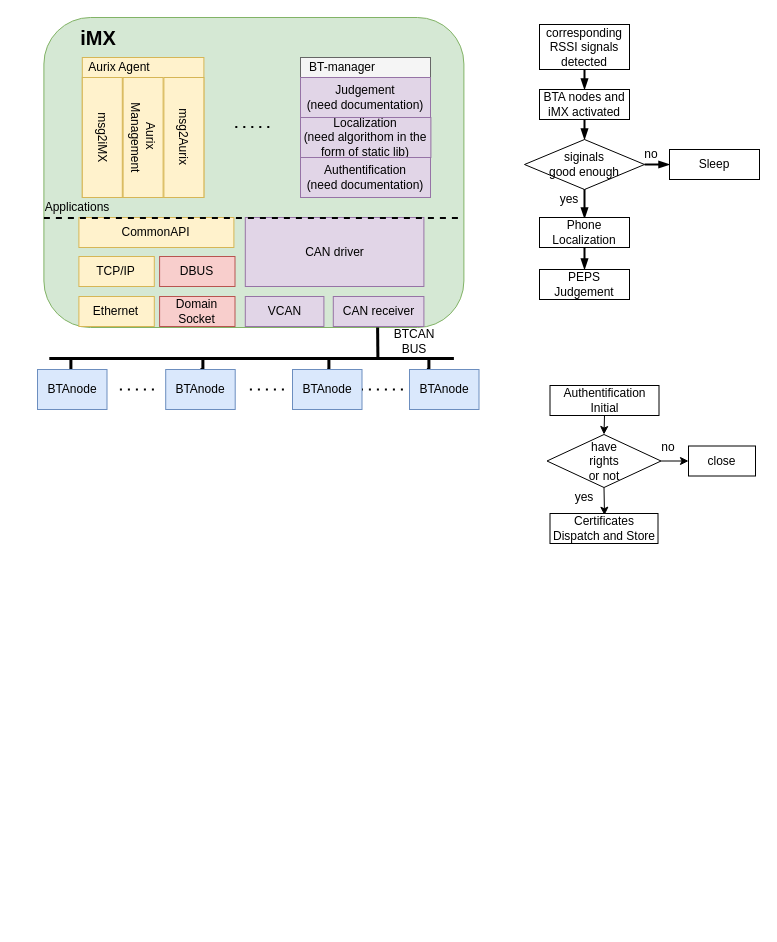
Earlier version of the draw.io diagram BT-manager.drawio (YukioZzz/Notebook). Source tidied: cells renumbered, new cells numbered last; positions are measured from the earlier drawing's top-left corner, leaving out a move shared by most shapes. Both pictures are drawn from the tidied source at 100%, with x=0, y=0 at pixel (37, 17).
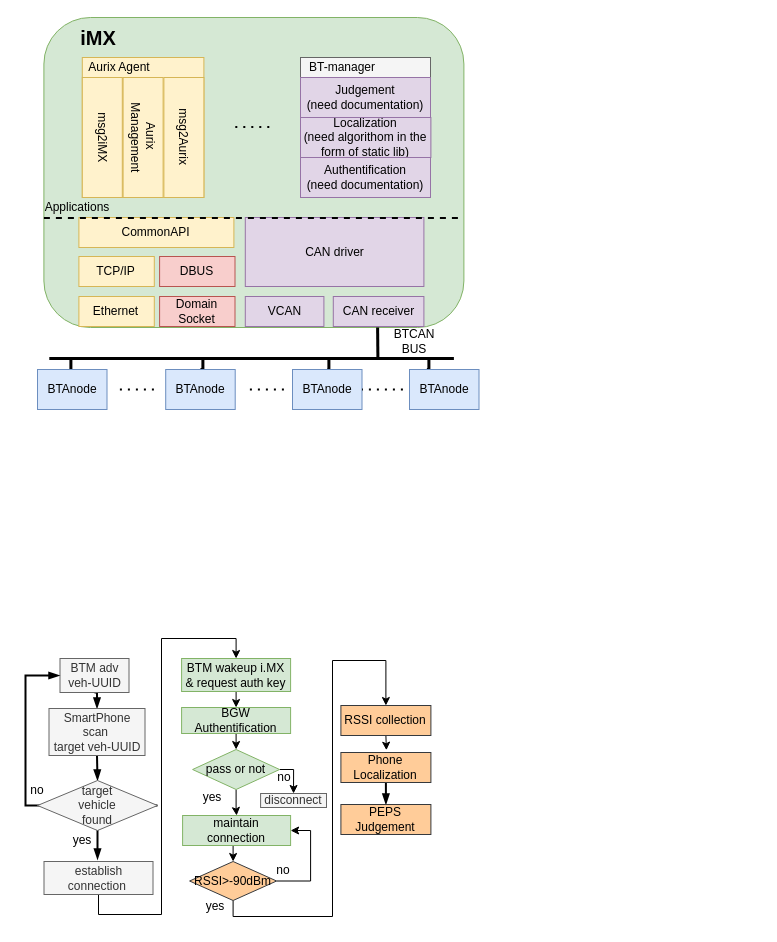
Above is the later version.

The edit, as a diff of the source:
```diff
@@
-    <mxCell id="40" value="corresponding RSSI signals detected" style="rounded=0;whiteSpace=wrap;html=1;gradientColor=none;fontColor=none;" parent="1" vertex="1">
-      <mxGeometry x="502" y="7" width="90" height="45" as="geometry" />
+    <mxCell id="40" value="BTM adv veh-UUID" style="rounded=0;whiteSpace=wrap;html=1;fontColor=#333333;fillColor=#f5f5f5;strokeColor=#666666;" parent="1" vertex="1">
+      <mxGeometry x="22.5" y="641" width="69" height="34" as="geometry" />
     </mxCell>
     <mxCell id="41" style="edgeStyle=orthogonalEdgeStyle;rounded=0;jettySize=auto;html=1;exitX=0.5;exitY=1;exitDx=0;exitDy=0;entryX=0.5;entryY=0;entryDx=0;entryDy=0;endArrow=blockThin;endFill=1;strokeWidth=2;fontColor=none;" parent="1" edge="1" source="42">
       <mxGeometry relative="1" as="geometry">
-        <mxPoint x="547" y="122" as="targetPoint" />
+        <mxPoint x="60" y="763" as="targetPoint" />
       </mxGeometry>
     </mxCell>
-    <mxCell id="42" value="BTA nodes and iMX activated" style="rounded=0;whiteSpace=wrap;html=1;gradientColor=none;fontColor=none;" parent="1" vertex="1">
-      <mxGeometry x="502" y="72" width="90" height="30" as="geometry" />
+    <mxCell id="42" value="SmartPhone scan&amp;nbsp;&lt;br&gt;target veh-UUID" style="rounded=0;whiteSpace=wrap;html=1;fontColor=#333333;fillColor=#f5f5f5;strokeColor=#666666;" parent="1" vertex="1">
+      <mxGeometry x="11.5" y="691" width="96" height="47" as="geometry" />
     </mxCell>
     <mxCell id="43" style="edgeStyle=orthogonalEdgeStyle;rounded=0;orthogonalLoop=1;jettySize=auto;html=1;exitX=0.5;exitY=1;exitDx=0;exitDy=0;entryX=0.5;entryY=0;entryDx=0;entryDy=0;endArrow=blockThin;endFill=1;strokeWidth=2;fontColor=none;" parent="1" edge="1">
       <mxGeometry relative="1" as="geometry">
-        <mxPoint x="547" y="152" as="sourcePoint" />
-        <mxPoint x="547" y="201" as="targetPoint" />
+        <mxPoint x="60" y="793" as="sourcePoint" />
+        <mxPoint x="60" y="842" as="targetPoint" />
       </mxGeometry>
     </mxCell>
@@
-    <mxCell id="45" value="Phone Localization" style="rounded=0;whiteSpace=wrap;html=1;gradientColor=none;fontColor=none;" parent="1" vertex="1">
-      <mxGeometry x="502" y="200" width="90" height="30" as="geometry" />
+    <mxCell id="45" value="Phone Localization" style="rounded=0;whiteSpace=wrap;html=1;fillColor=#ffcc99;strokeColor=#36393d;" parent="1" vertex="1">
+      <mxGeometry x="303.4" y="735" width="90" height="30" as="geometry" />
     </mxCell>
-    <mxCell id="46" value="PEPS Judgement" style="rounded=0;whiteSpace=wrap;html=1;gradientColor=none;fontColor=none;" parent="1" vertex="1">
-      <mxGeometry x="502" y="252" width="90" height="30" as="geometry" />
+    <mxCell id="46" value="PEPS Judgement" style="rounded=0;whiteSpace=wrap;html=1;fillColor=#ffcc99;strokeColor=#36393d;" parent="1" vertex="1">
+      <mxGeometry x="303.4" y="787" width="90" height="30" as="geometry" />
     </mxCell>
-    <mxCell id="47" style="edgeStyle=orthogonalEdgeStyle;rounded=0;jettySize=auto;html=1;exitX=1;exitY=0.5;exitDx=0;exitDy=0;exitPerimeter=0;entryX=0;entryY=0.5;entryDx=0;entryDy=0;endArrow=blockThin;endFill=1;strokeWidth=2;fontColor=none;" parent="1" edge="1" source="48" target="50">
-      <mxGeometry relative="1" as="geometry" />
+    <mxCell id="47" style="edgeStyle=orthogonalEdgeStyle;rounded=0;jettySize=auto;html=1;exitX=1;exitY=0.5;exitDx=0;exitDy=0;exitPerimeter=0;endArrow=blockThin;endFill=1;strokeWidth=2;fontColor=none;" parent="1" edge="1" source="48">
+      <mxGeometry relative="1" as="geometry">
+        <mxPoint x="22" y="658" as="targetPoint" />
+        <Array as="points">
+          <mxPoint x="-12" y="788" />
+          <mxPoint x="-12" y="658" />
+        </Array>
+      </mxGeometry>
     </mxCell>
-    <mxCell id="48" value="siginals&lt;br&gt;good enough" style="strokeWidth=1;html=1;shape=mxgraph.flowchart.decision;whiteSpace=wrap;rounded=0;gradientColor=none;fontColor=none;" parent="1" vertex="1">
-      <mxGeometry x="487" y="122" width="120" height="50" as="geometry" />
+    <mxCell id="48" value="target&lt;br&gt;vehicle&lt;br&gt;found" style="strokeWidth=1;html=1;shape=mxgraph.flowchart.decision;whiteSpace=wrap;rounded=0;fontColor=#333333;fillColor=#f5f5f5;strokeColor=#666666;" parent="1" vertex="1">
+      <mxGeometry y="763" width="120" height="50" as="geometry" />
     </mxCell>
     <mxCell id="49" value="yes" style="text;html=1;strokeColor=none;fillColor=none;align=center;verticalAlign=middle;whiteSpace=wrap;rounded=0;fontColor=none;" parent="1" vertex="1">
-      <mxGeometry x="512" y="172" width="40" height="20" as="geometry" />
+      <mxGeometry x="25" y="813" width="40" height="20" as="geometry" />
     </mxCell>
-    <mxCell id="50" value="Sleep" style="rounded=0;whiteSpace=wrap;html=1;gradientColor=none;fontColor=none;" parent="1" vertex="1">
-      <mxGeometry x="632" y="132" width="90" height="30" as="geometry" />
-    </mxCell>
     <mxCell id="51" value="no" style="text;html=1;strokeColor=none;fillColor=none;align=center;verticalAlign=middle;whiteSpace=wrap;rounded=0;fontColor=none;" parent="1" vertex="1">
-      <mxGeometry x="594" y="127" width="40" height="20" as="geometry" />
+      <mxGeometry x="-19.6" y="763" width="40" height="20" as="geometry" />
     </mxCell>
-    <mxCell id="52" value="close" style="rounded=0;whiteSpace=wrap;html=1;gradientColor=none;fontColor=none;" parent="1" vertex="1">
-      <mxGeometry x="651" y="428.5" width="67" height="30" as="geometry" />
+    <mxCell id="52" value="disconnect" style="rounded=0;whiteSpace=wrap;html=1;fontColor=#333333;fillColor=#f5f5f5;strokeColor=#666666;" parent="1" vertex="1">
+      <mxGeometry x="223.1" y="776" width="65.9" height="14" as="geometry" />
     </mxCell>
@@
-    <mxCell id="54" value="Authentification Initial" style="rounded=0;whiteSpace=wrap;html=1;gradientColor=none;fontColor=none;" parent="1" vertex="1">
-      <mxGeometry x="512.5" y="368" width="109" height="30" as="geometry" />
+    <mxCell id="54" value="BGW Authentification" style="rounded=0;whiteSpace=wrap;html=1;fillColor=#d5e8d4;strokeColor=#82b366;" parent="1" vertex="1">
+      <mxGeometry x="144.1" y="690" width="109" height="26" as="geometry" />
     </mxCell>
-    <mxCell id="55" style="edgeStyle=orthogonalEdgeStyle;rounded=0;jettySize=auto;html=1;exitX=0.5;exitY=1;exitDx=0;exitDy=0;" parent="1" edge="1" source="57">
-      <mxGeometry relative="1" as="geometry">
-        <mxPoint x="567" y="497.7" as="targetPoint" />
-      </mxGeometry>
+    <mxCell id="55" style="edgeStyle=orthogonalEdgeStyle;rounded=0;jettySize=auto;html=1;exitX=0.5;exitY=1;exitDx=0;exitDy=0;" parent="1" edge="1" source="57" target="58">
+      <mxGeometry relative="1" as="geometry" />
     </mxCell>
-    <mxCell id="56" style="edgeStyle=orthogonalEdgeStyle;rounded=0;jettySize=auto;html=1;exitX=1;exitY=0.5;exitDx=0;exitDy=0;entryX=0;entryY=0.5;entryDx=0;entryDy=0;" parent="1" edge="1" source="57" target="52">
-      <mxGeometry relative="1" as="geometry" />
+    <mxCell id="56" style="edgeStyle=orthogonalEdgeStyle;rounded=0;jettySize=auto;html=1;entryX=0.5;entryY=0;entryDx=0;entryDy=0;" parent="1" edge="1" source="57" target="52">
+      <mxGeometry relative="1" as="geometry">
+        <Array as="points">
+          <mxPoint x="256" y="752" />
+        </Array>
+      </mxGeometry>
     </mxCell>
-    <mxCell id="57" value="have&lt;br&gt;rights&lt;br&gt;or not" style="rhombus;whiteSpace=wrap;html=1;" parent="1" vertex="1">
-      <mxGeometry x="509.5" y="417" width="114" height="53" as="geometry" />
+    <mxCell id="57" value="pass or not" style="rhombus;whiteSpace=wrap;html=1;fillColor=#d5e8d4;strokeColor=#82b366;" parent="1" vertex="1">
+      <mxGeometry x="155.1" y="732" width="87" height="40" as="geometry" />
     </mxCell>
+    <mxCell id="61" style="edgeStyle=orthogonalEdgeStyle;rounded=0;jettySize=auto;html=1;exitX=0.5;exitY=1;exitDx=0;exitDy=0;entryX=0.5;entryY=0;entryDx=0;entryDy=0;" parent="1" edge="1" source="58" target="66">
+      <mxGeometry relative="1" as="geometry" />
+    </mxCell>
-    <mxCell id="58" value="Certificates Dispatch and Store" style="rounded=0;whiteSpace=wrap;html=1;gradientColor=none;fontColor=none;" parent="1" vertex="1">
-      <mxGeometry x="512.5" y="496" width="108" height="30" as="geometry" />
+    <mxCell id="58" value="maintain connection " style="rounded=0;whiteSpace=wrap;html=1;fillColor=#d5e8d4;strokeColor=#82b366;" parent="1" vertex="1">
+      <mxGeometry x="145.1" y="798" width="108" height="30" as="geometry" />
     </mxCell>
     <mxCell id="59" value="no" style="text;html=1;strokeColor=none;fillColor=none;align=center;verticalAlign=middle;whiteSpace=wrap;rounded=0;" parent="1" vertex="1">
-      <mxGeometry x="611" y="420" width="40" height="20" as="geometry" />
+      <mxGeometry x="227.1" y="750" width="40" height="20" as="geometry" />
     </mxCell>
     <mxCell id="60" value="yes" style="text;html=1;strokeColor=none;fillColor=none;align=center;verticalAlign=middle;whiteSpace=wrap;rounded=0;" parent="1" vertex="1">
-      <mxGeometry x="527" y="470" width="40" height="20" as="geometry" />
+      <mxGeometry x="155.1" y="770" width="40" height="20" as="geometry" />
     </mxCell>
+    <mxCell id="62" style="edgeStyle=orthogonalEdgeStyle;rounded=0;jettySize=auto;html=1;exitX=0.5;exitY=1;exitDx=0;exitDy=0;entryX=0.5;entryY=0;entryDx=0;entryDy=0;" parent="1" edge="1" source="63" target="72">
+      <mxGeometry relative="1" as="geometry">
+        <Array as="points">
+          <mxPoint x="61" y="897" />
+          <mxPoint x="124" y="897" />
+          <mxPoint x="124" y="621" />
+          <mxPoint x="199" y="621" />
+        </Array>
+      </mxGeometry>
+    </mxCell>
+    <mxCell id="63" value="establish connection&amp;nbsp;" style="rounded=0;whiteSpace=wrap;html=1;fontColor=#333333;fillColor=#f5f5f5;strokeColor=#666666;" parent="1" vertex="1">
+      <mxGeometry x="6.5" y="844" width="109" height="33" as="geometry" />
+    </mxCell>
+    <mxCell id="64" style="edgeStyle=orthogonalEdgeStyle;rounded=0;jettySize=auto;html=1;exitX=0.5;exitY=1;exitDx=0;exitDy=0;entryX=0.5;entryY=0;entryDx=0;entryDy=0;" parent="1" edge="1" source="66" target="68">
+      <mxGeometry relative="1" as="geometry">
+        <Array as="points">
+          <mxPoint x="196" y="899" />
+          <mxPoint x="295" y="899" />
+          <mxPoint x="295" y="643" />
+          <mxPoint x="348" y="643" />
+        </Array>
+      </mxGeometry>
+    </mxCell>
+    <mxCell id="65" style="edgeStyle=orthogonalEdgeStyle;rounded=0;jettySize=auto;html=1;exitX=1;exitY=0.5;exitDx=0;exitDy=0;entryX=1;entryY=0.5;entryDx=0;entryDy=0;" parent="1" edge="1" source="66" target="58">
+      <mxGeometry relative="1" as="geometry" />
+    </mxCell>
+    <mxCell id="66" value="RSSI&amp;gt;-90dBm" style="rhombus;whiteSpace=wrap;html=1;fillColor=#ffcc99;strokeColor=#36393d;" parent="1" vertex="1">
+      <mxGeometry x="152.1" y="844" width="87" height="39" as="geometry" />
+    </mxCell>
+    <mxCell id="67" style="edgeStyle=orthogonalEdgeStyle;rounded=0;jettySize=auto;html=1;exitX=0.5;exitY=1;exitDx=0;exitDy=0;" parent="1" edge="1" source="68">
+      <mxGeometry relative="1" as="geometry">
+        <mxPoint x="348.9" y="732.7" as="targetPoint" />
+      </mxGeometry>
+    </mxCell>
+    <mxCell id="68" value="RSSI collection " style="rounded=0;whiteSpace=wrap;html=1;fillColor=#ffcc99;strokeColor=#36393d;" parent="1" vertex="1">
+      <mxGeometry x="303.4" y="688" width="90" height="30" as="geometry" />
+    </mxCell>
+    <mxCell id="69" value="yes" style="text;html=1;strokeColor=none;fillColor=none;align=center;verticalAlign=middle;whiteSpace=wrap;rounded=0;" parent="1" vertex="1">
+      <mxGeometry x="157.8" y="879" width="40" height="20" as="geometry" />
+    </mxCell>
+    <mxCell id="70" value="no" style="text;html=1;strokeColor=none;fillColor=none;align=center;verticalAlign=middle;whiteSpace=wrap;rounded=0;" parent="1" vertex="1">
+      <mxGeometry x="226.1" y="843" width="40" height="20" as="geometry" />
+    </mxCell>
+    <mxCell id="71" style="edgeStyle=orthogonalEdgeStyle;rounded=0;jettySize=auto;html=1;exitX=0.5;exitY=1;exitDx=0;exitDy=0;entryX=0.5;entryY=0;entryDx=0;entryDy=0;" parent="1" edge="1" source="72" target="54">
+      <mxGeometry relative="1" as="geometry" />
+    </mxCell>
+    <mxCell id="72" value="BTM wakeup i.MX&lt;br&gt;&amp;amp; request auth key" style="rounded=0;whiteSpace=wrap;html=1;fillColor=#d5e8d4;strokeColor=#82b366;" parent="1" vertex="1">
+      <mxGeometry x="144.1" y="641" width="109" height="33" as="geometry" />
+    </mxCell>
```
